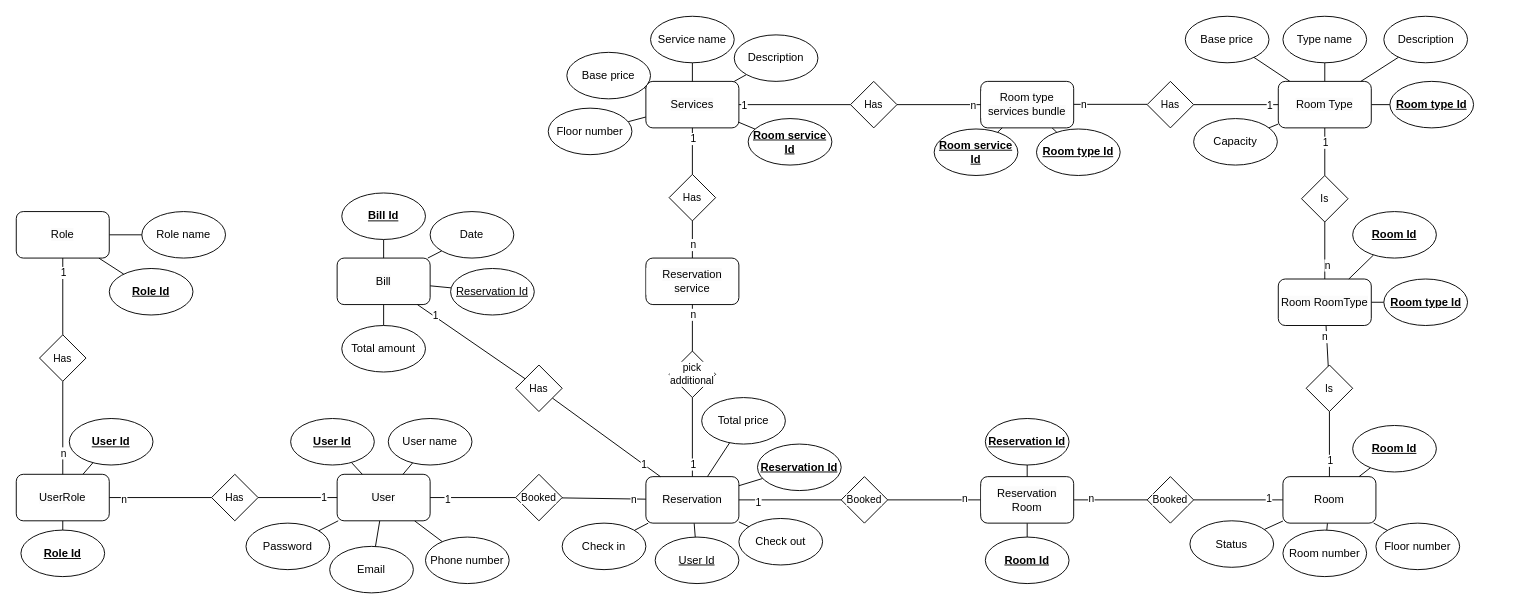
Before: doc/ER-Hotel-Management.drawio in HoangDepTraiBoDoiThe/HotelManagement, a draw.io diagram. Source tidied: cells renumbered, new cells numbered last; positions are measured from the earlier drawing's top-left corner, leaving out a move shared by most shapes. Both pictures are drawn from the tidied source at 93%, with x=0, y=0 at pixel (16, 16).
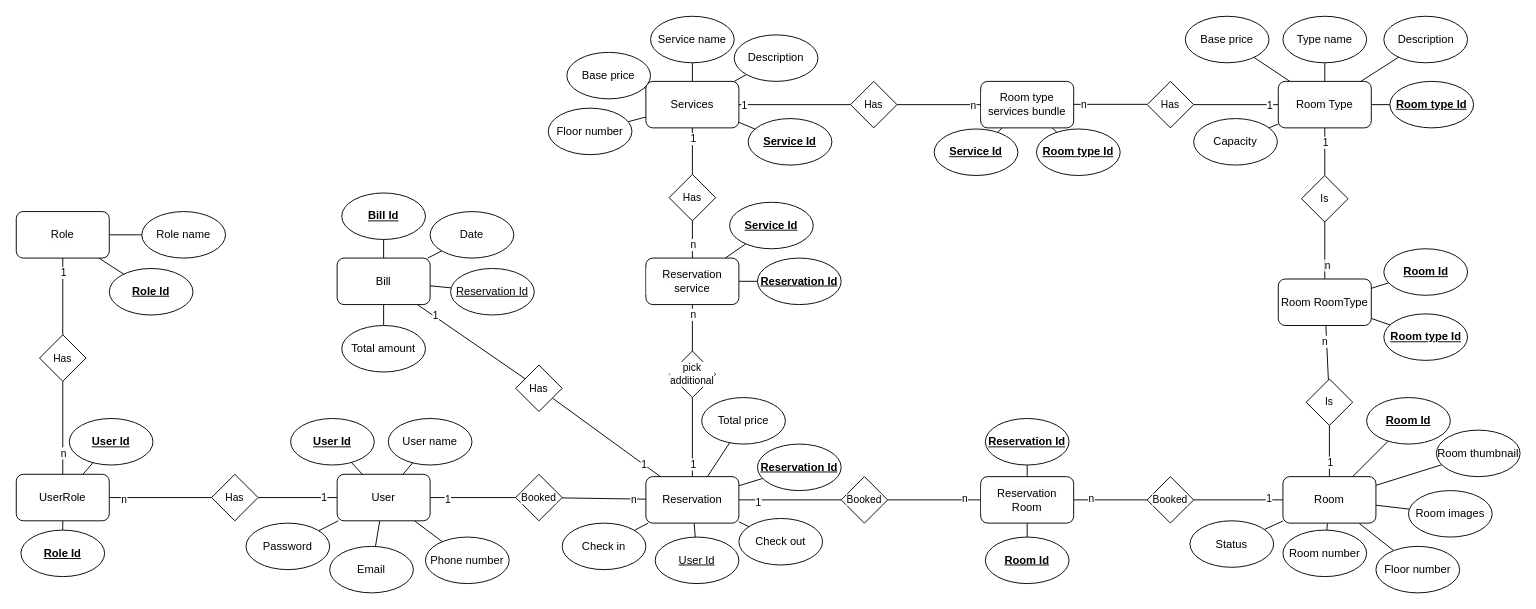
The same page after the edit.

The change refers to these unchanged cells:
```xml
<mxCell id="53" value="&lt;span style=&quot;font-size: 12px; background-color: rgb(251, 251, 251);&quot;&gt;Room&lt;/span&gt;" style="rounded=1;whiteSpace=wrap;html=1;fontFamily=Helvetica;fontSize=11;fontColor=default;labelBackgroundColor=default;" parent="1" vertex="1">
  <mxGeometry x="1362" y="495" width="100" height="50" as="geometry" />
</mxCell>
<mxCell id="109" value="&lt;span style=&quot;font-size: 12px; background-color: rgb(251, 251, 251);&quot;&gt;Reservation service&lt;/span&gt;" style="rounded=1;whiteSpace=wrap;html=1;fontFamily=Helvetica;fontSize=11;fontColor=default;labelBackgroundColor=default;" parent="1" vertex="1">
  <mxGeometry x="677" y="260" width="100" height="50" as="geometry" />
</mxCell>
```

Change to the diagram source:
```diff
@@
+    <mxCell id="151" style="edgeStyle=none;shape=connector;rounded=0;jettySize=auto;html=1;strokeColor=default;align=center;verticalAlign=middle;fontFamily=Helvetica;fontSize=11;fontColor=default;labelBackgroundColor=default;endArrow=none;endFill=0;" parent="1" edge="1" source="53" target="158">
+      <mxGeometry relative="1" as="geometry" />
+    </mxCell>
+    <mxCell id="152" style="edgeStyle=none;shape=connector;rounded=0;jettySize=auto;html=1;strokeColor=default;align=center;verticalAlign=middle;fontFamily=Helvetica;fontSize=11;fontColor=default;labelBackgroundColor=default;endArrow=none;endFill=0;" parent="1" edge="1" source="53" target="159">
+      <mxGeometry relative="1" as="geometry" />
+    </mxCell>
@@
     <mxCell id="58" value="Room Id" style="ellipse;whiteSpace=wrap;html=1;fontStyle=5;" parent="1" vertex="1">
-      <mxGeometry x="1437" y="440" width="90" height="50" as="geometry" />
+      <mxGeometry x="1452" y="410" width="90" height="50" as="geometry" />
     </mxCell>
@@
     <mxCell id="67" value="Floor number" style="ellipse;whiteSpace=wrap;html=1;fontStyle=0;" parent="1" vertex="1">
-      <mxGeometry x="1462" y="545" width="90" height="50" as="geometry" />
+      <mxGeometry x="1462" y="570" width="90" height="50" as="geometry" />
     </mxCell>
@@
     <mxCell id="71" value="Is" style="rhombus;whiteSpace=wrap;html=1;fontFamily=Helvetica;fontSize=11;fontColor=default;labelBackgroundColor=default;" parent="1" vertex="1">
-      <mxGeometry x="1387" y="375" width="50" height="50" as="geometry" />
+      <mxGeometry x="1387" y="390" width="50" height="50" as="geometry" />
     </mxCell>
@@
-    <mxCell id="84" value="Room service Id" style="ellipse;whiteSpace=wrap;html=1;fontStyle=5;" parent="1" vertex="1">
+    <mxCell id="84" value="Service Id" style="ellipse;whiteSpace=wrap;html=1;fontStyle=5;" parent="1" vertex="1">
       <mxGeometry x="787" y="110" width="90" height="50" as="geometry" />
     </mxCell>
@@
     <mxCell id="98" value="Room type Id" style="ellipse;whiteSpace=wrap;html=1;fontStyle=5;" parent="1" vertex="1">
-      <mxGeometry x="1470.5" y="282.5" width="90" height="50" as="geometry" />
+      <mxGeometry x="1470.5" y="320" width="90" height="50" as="geometry" />
     </mxCell>
@@
-    <mxCell id="105" value="Room service Id" style="ellipse;whiteSpace=wrap;html=1;fontStyle=5;" parent="1" vertex="1">
+    <mxCell id="105" value="Service Id" style="ellipse;whiteSpace=wrap;html=1;fontStyle=5;" parent="1" vertex="1">
       <mxGeometry x="987" y="121.2" width="90" height="50" as="geometry" />
     </mxCell>
@@
+    <mxCell id="153" style="edgeStyle=none;shape=connector;rounded=0;jettySize=auto;html=1;strokeColor=default;align=center;verticalAlign=middle;fontFamily=Helvetica;fontSize=11;fontColor=default;labelBackgroundColor=default;endArrow=none;endFill=0;" parent="1" edge="1" source="109" target="154">
+      <mxGeometry relative="1" as="geometry" />
+    </mxCell>
@@
-    <mxCell id="147" style="edgeStyle=none;shape=connector;rounded=0;jettySize=auto;html=1;strokeColor=default;align=center;verticalAlign=middle;fontFamily=Helvetica;fontSize=11;fontColor=default;labelBackgroundColor=default;endArrow=none;endFill=0;" parent="1" edge="1" target="148">
-      <mxGeometry relative="1" as="geometry">
-        <mxPoint x="1515" y="232.1" as="sourcePoint" />
-      </mxGeometry>
-    </mxCell>
     <mxCell id="148" value="Room Id" style="ellipse;whiteSpace=wrap;html=1;fontStyle=5;" parent="1" vertex="1">
-      <mxGeometry x="1437" y="210" width="90" height="50" as="geometry" />
+      <mxGeometry x="1470.5" y="250" width="90" height="50" as="geometry" />
     </mxCell>
@@
+    <mxCell id="154" value="Reservation Id" style="ellipse;whiteSpace=wrap;html=1;fontStyle=5;" parent="1" vertex="1">
+      <mxGeometry x="797" y="260" width="90" height="50" as="geometry" />
+    </mxCell>
+    <mxCell id="155" style="edgeStyle=none;shape=connector;rounded=0;jettySize=auto;html=1;strokeColor=default;align=center;verticalAlign=middle;fontFamily=Helvetica;fontSize=11;fontColor=default;labelBackgroundColor=default;endArrow=none;endFill=0;" parent="1" edge="1" source="156" target="109">
+      <mxGeometry relative="1" as="geometry" />
+    </mxCell>
+    <mxCell id="156" value="Service Id" style="ellipse;whiteSpace=wrap;html=1;fontStyle=5;" parent="1" vertex="1">
+      <mxGeometry x="767" y="200" width="90" height="50" as="geometry" />
+    </mxCell>
+    <mxCell id="157" style="edgeStyle=none;shape=connector;rounded=0;orthogonalLoop=1;jettySize=auto;html=1;exitX=0.75;exitY=0;exitDx=0;exitDy=0;strokeColor=default;align=center;verticalAlign=middle;fontFamily=Helvetica;fontSize=11;fontColor=default;labelBackgroundColor=default;endArrow=none;endFill=0;" parent="1" edge="1" source="109" target="109">
+      <mxGeometry relative="1" as="geometry" />
+    </mxCell>
+    <mxCell id="158" value="Room images" style="ellipse;whiteSpace=wrap;html=1;fontStyle=0;" parent="1" vertex="1">
+      <mxGeometry x="1497" y="510" width="90" height="50" as="geometry" />
+    </mxCell>
+    <mxCell id="159" value="Room thumbnail" style="ellipse;whiteSpace=wrap;html=1;fontStyle=0;" parent="1" vertex="1">
+      <mxGeometry x="1527" y="445" width="90" height="50" as="geometry" />
+    </mxCell>
```
